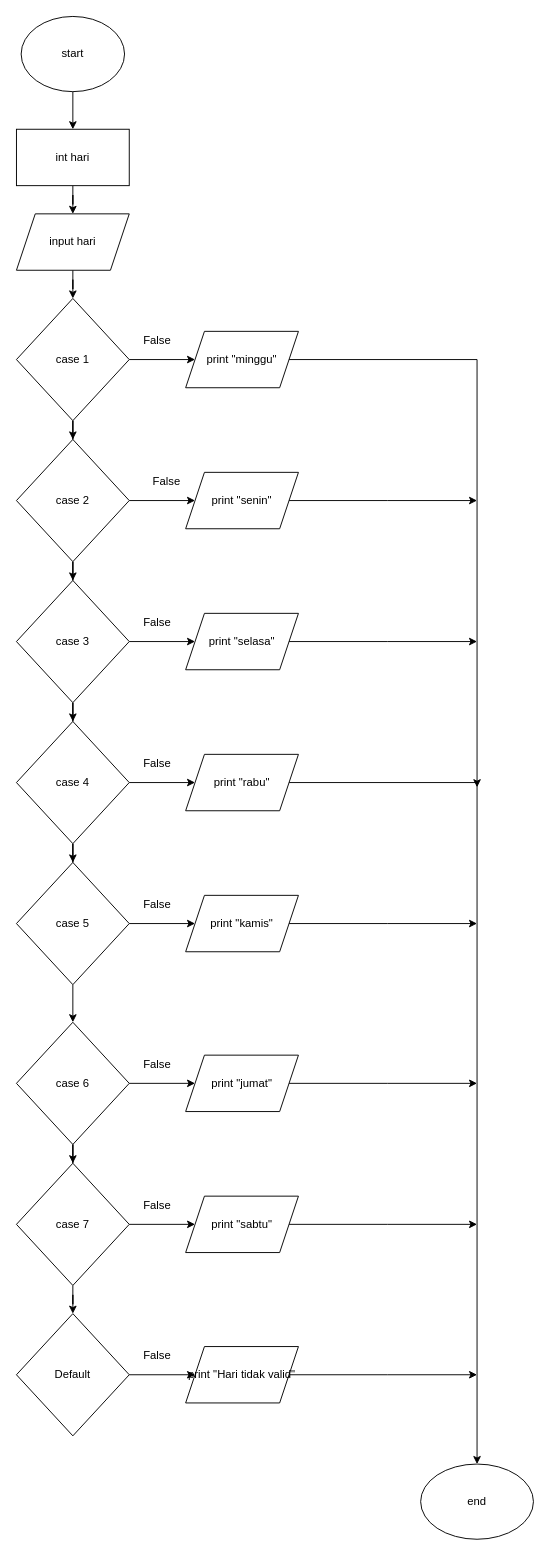
Before: Prak 7.drawio in hafidalim/flowchart_kp, a draw.io diagram. Source tidied: cells renumbered, new cells numbered last; positions are measured from the earlier drawing's top-left corner, leaving out a move shared by most shapes. Both pictures are drawn from the tidied source at 94%, with x=0, y=0 at pixel (16, 16).
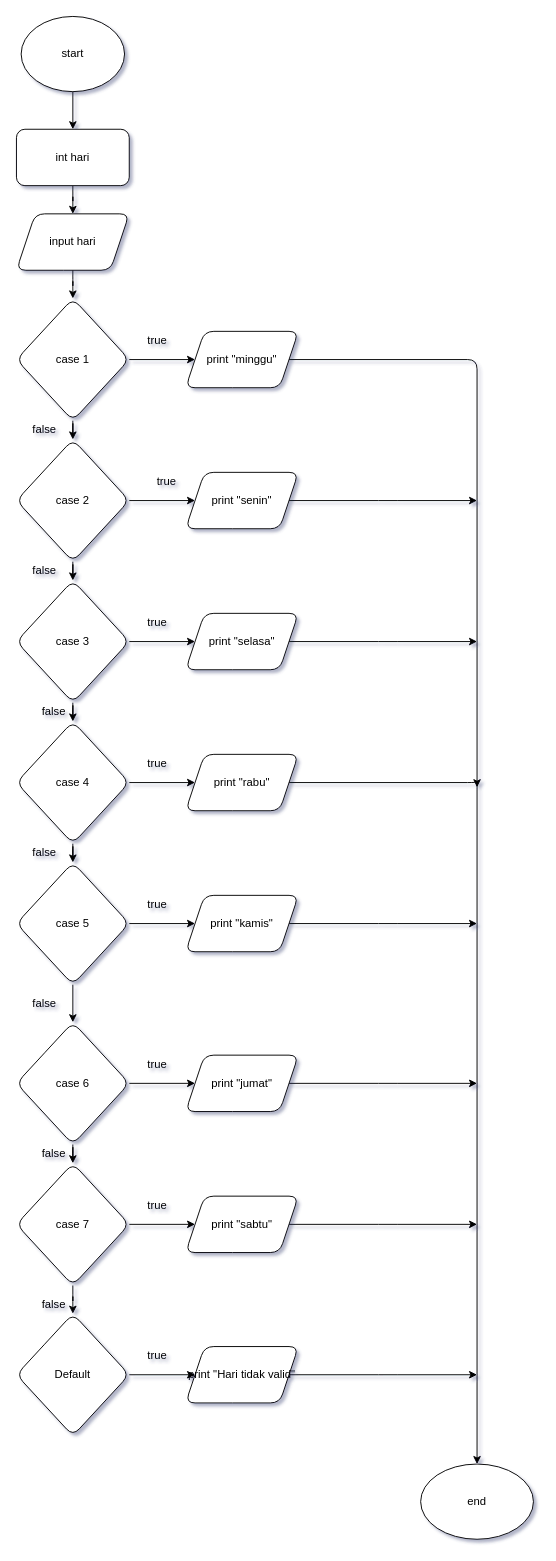
The same diagram, later.

Change to the diagram source:
```diff
@@
-<mxGraphModel>
+<mxGraphModel shadow="1">
@@
-    <mxCell id="2" style="edgeStyle=orthogonalEdgeStyle;rounded=0;jettySize=auto;html=1;" parent="1" edge="1" source="3" target="5">
+    <mxCell id="2" style="edgeStyle=orthogonalEdgeStyle;jettySize=auto;html=1;" parent="1" edge="1" source="3" target="5">
       <mxGeometry relative="1" as="geometry" />
     </mxCell>
-    <mxCell id="3" value="start" style="ellipse;whiteSpace=wrap;html=1;" parent="1" vertex="1">
+    <mxCell id="3" value="start" style="ellipse;whiteSpace=wrap;html=1;rounded=1;" parent="1" vertex="1">
       <mxGeometry x="5" width="110" height="80" as="geometry" />
     </mxCell>
-    <mxCell id="4" style="edgeStyle=orthogonalEdgeStyle;rounded=0;jettySize=auto;html=1;" parent="1" edge="1" source="5" target="7">
+    <mxCell id="4" style="edgeStyle=orthogonalEdgeStyle;jettySize=auto;html=1;" parent="1" edge="1" source="5" target="7">
       <mxGeometry relative="1" as="geometry" />
     </mxCell>
-    <mxCell id="5" value="int hari" style="rounded=0;whiteSpace=wrap;html=1;" parent="1" vertex="1">
+    <mxCell id="5" value="int hari" style="whiteSpace=wrap;html=1;rounded=1;" parent="1" vertex="1">
       <mxGeometry y="120" width="120" height="60" as="geometry" />
     </mxCell>
-    <mxCell id="6" style="edgeStyle=orthogonalEdgeStyle;rounded=0;jettySize=auto;html=1;" parent="1" edge="1" source="7" target="10">
+    <mxCell id="6" style="edgeStyle=orthogonalEdgeStyle;jettySize=auto;html=1;" parent="1" edge="1" source="7" target="10">
       <mxGeometry relative="1" as="geometry" />
     </mxCell>
-    <mxCell id="7" value="input hari" style="shape=parallelogram;perimeter=parallelogramPerimeter;whiteSpace=wrap;html=1;fixedSize=1;" parent="1" vertex="1">
+    <mxCell id="7" value="input hari" style="shape=parallelogram;perimeter=parallelogramPerimeter;whiteSpace=wrap;html=1;fixedSize=1;rounded=1;" parent="1" vertex="1">
       <mxGeometry y="210" width="120" height="60" as="geometry" />
     </mxCell>
-    <mxCell id="8" style="edgeStyle=orthogonalEdgeStyle;rounded=0;jettySize=auto;html=1;" parent="1" edge="1" source="10" target="32">
+    <mxCell id="8" style="edgeStyle=orthogonalEdgeStyle;jettySize=auto;html=1;" parent="1" edge="1" source="10" target="32">
       <mxGeometry relative="1" as="geometry" />
     </mxCell>
-    <mxCell id="9" style="edgeStyle=orthogonalEdgeStyle;rounded=0;jettySize=auto;html=1;" parent="1" edge="1" source="10" target="13">
+    <mxCell id="9" style="edgeStyle=orthogonalEdgeStyle;jettySize=auto;html=1;" parent="1" edge="1" source="10" target="13">
       <mxGeometry relative="1" as="geometry" />
     </mxCell>
-    <mxCell id="10" value="case 1" style="rhombus;whiteSpace=wrap;html=1;" parent="1" vertex="1">
+    <mxCell id="10" value="case 1" style="rhombus;whiteSpace=wrap;html=1;rounded=1;" parent="1" vertex="1">
       <mxGeometry y="300" width="120" height="130" as="geometry" />
     </mxCell>
-    <mxCell id="11" style="edgeStyle=orthogonalEdgeStyle;rounded=0;jettySize=auto;html=1;" parent="1" edge="1" source="13" target="16">
+    <mxCell id="11" style="edgeStyle=orthogonalEdgeStyle;jettySize=auto;html=1;" parent="1" edge="1" source="13" target="16">
       <mxGeometry relative="1" as="geometry" />
     </mxCell>
-    <mxCell id="12" style="edgeStyle=orthogonalEdgeStyle;rounded=0;jettySize=auto;html=1;" parent="1" edge="1" source="13" target="34">
+    <mxCell id="12" style="edgeStyle=orthogonalEdgeStyle;jettySize=auto;html=1;" parent="1" edge="1" source="13" target="34">
       <mxGeometry relative="1" as="geometry" />
     </mxCell>
-    <mxCell id="13" value="case 2" style="rhombus;whiteSpace=wrap;html=1;" parent="1" vertex="1">
+    <mxCell id="13" value="case 2" style="rhombus;whiteSpace=wrap;html=1;rounded=1;" parent="1" vertex="1">
       <mxGeometry y="450" width="120" height="130" as="geometry" />
     </mxCell>
-    <mxCell id="14" style="edgeStyle=orthogonalEdgeStyle;rounded=0;jettySize=auto;html=1;" parent="1" edge="1" source="16" target="19">
+    <mxCell id="14" style="edgeStyle=orthogonalEdgeStyle;jettySize=auto;html=1;" parent="1" edge="1" source="16" target="19">
       <mxGeometry relative="1" as="geometry" />
     </mxCell>
-    <mxCell id="15" style="edgeStyle=orthogonalEdgeStyle;rounded=0;jettySize=auto;html=1;" parent="1" edge="1" source="16" target="36">
+    <mxCell id="15" style="edgeStyle=orthogonalEdgeStyle;jettySize=auto;html=1;" parent="1" edge="1" source="16" target="36">
       <mxGeometry relative="1" as="geometry" />
     </mxCell>
-    <mxCell id="16" value="case 3" style="rhombus;whiteSpace=wrap;html=1;" parent="1" vertex="1">
+    <mxCell id="16" value="case 3" style="rhombus;whiteSpace=wrap;html=1;rounded=1;" parent="1" vertex="1">
       <mxGeometry y="600" width="120" height="130" as="geometry" />
     </mxCell>
-    <mxCell id="17" style="edgeStyle=orthogonalEdgeStyle;rounded=0;jettySize=auto;html=1;" parent="1" edge="1" source="19" target="22">
+    <mxCell id="17" style="edgeStyle=orthogonalEdgeStyle;jettySize=auto;html=1;" parent="1" edge="1" source="19" target="22">
       <mxGeometry relative="1" as="geometry" />
     </mxCell>
-    <mxCell id="18" style="edgeStyle=orthogonalEdgeStyle;rounded=0;jettySize=auto;html=1;" parent="1" edge="1" source="19" target="38">
+    <mxCell id="18" style="edgeStyle=orthogonalEdgeStyle;jettySize=auto;html=1;" parent="1" edge="1" source="19" target="38">
       <mxGeometry relative="1" as="geometry" />
     </mxCell>
-    <mxCell id="19" value="case 4" style="rhombus;whiteSpace=wrap;html=1;" parent="1" vertex="1">
+    <mxCell id="19" value="case 4" style="rhombus;whiteSpace=wrap;html=1;rounded=1;" parent="1" vertex="1">
       <mxGeometry y="750" width="120" height="130" as="geometry" />
     </mxCell>
-    <mxCell id="20" style="edgeStyle=orthogonalEdgeStyle;rounded=0;jettySize=auto;html=1;" parent="1" edge="1" source="22" target="25">
+    <mxCell id="20" style="edgeStyle=orthogonalEdgeStyle;jettySize=auto;html=1;" parent="1" edge="1" source="22" target="25">
       <mxGeometry relative="1" as="geometry" />
     </mxCell>
-    <mxCell id="21" style="edgeStyle=orthogonalEdgeStyle;rounded=0;jettySize=auto;html=1;" parent="1" edge="1" source="22" target="40">
+    <mxCell id="21" style="edgeStyle=orthogonalEdgeStyle;jettySize=auto;html=1;" parent="1" edge="1" source="22" target="40">
       <mxGeometry relative="1" as="geometry" />
     </mxCell>
-    <mxCell id="22" value="case 5" style="rhombus;whiteSpace=wrap;html=1;" parent="1" vertex="1">
+    <mxCell id="22" value="case 5" style="rhombus;whiteSpace=wrap;html=1;rounded=1;" parent="1" vertex="1">
       <mxGeometry y="900" width="120" height="130" as="geometry" />
     </mxCell>
-    <mxCell id="23" style="edgeStyle=orthogonalEdgeStyle;rounded=0;jettySize=auto;html=1;" parent="1" edge="1" source="25" target="28">
+    <mxCell id="23" style="edgeStyle=orthogonalEdgeStyle;jettySize=auto;html=1;" parent="1" edge="1" source="25" target="28">
       <mxGeometry relative="1" as="geometry" />
     </mxCell>
-    <mxCell id="24" style="edgeStyle=orthogonalEdgeStyle;rounded=0;jettySize=auto;html=1;" parent="1" edge="1" source="25" target="42">
+    <mxCell id="24" style="edgeStyle=orthogonalEdgeStyle;jettySize=auto;html=1;" parent="1" edge="1" source="25" target="42">
       <mxGeometry relative="1" as="geometry" />
     </mxCell>
-    <mxCell id="25" value="case 6" style="rhombus;whiteSpace=wrap;html=1;" parent="1" vertex="1">
+    <mxCell id="25" value="case 6" style="rhombus;whiteSpace=wrap;html=1;rounded=1;" parent="1" vertex="1">
       <mxGeometry y="1070" width="120" height="130" as="geometry" />
     </mxCell>
-    <mxCell id="26" style="edgeStyle=orthogonalEdgeStyle;rounded=0;jettySize=auto;html=1;" parent="1" edge="1" source="28" target="44">
+    <mxCell id="26" style="edgeStyle=orthogonalEdgeStyle;jettySize=auto;html=1;" parent="1" edge="1" source="28" target="44">
       <mxGeometry relative="1" as="geometry" />
     </mxCell>
-    <mxCell id="27" style="edgeStyle=orthogonalEdgeStyle;rounded=0;jettySize=auto;html=1;" parent="1" edge="1" source="28" target="30">
+    <mxCell id="27" style="edgeStyle=orthogonalEdgeStyle;jettySize=auto;html=1;" parent="1" edge="1" source="28" target="30">
       <mxGeometry relative="1" as="geometry" />
     </mxCell>
-    <mxCell id="28" value="case 7" style="rhombus;whiteSpace=wrap;html=1;" parent="1" vertex="1">
+    <mxCell id="28" value="case 7" style="rhombus;whiteSpace=wrap;html=1;rounded=1;" parent="1" vertex="1">
       <mxGeometry y="1220" width="120" height="130" as="geometry" />
     </mxCell>
-    <mxCell id="29" style="edgeStyle=orthogonalEdgeStyle;rounded=0;jettySize=auto;html=1;" parent="1" edge="1" source="30" target="46">
+    <mxCell id="29" style="edgeStyle=orthogonalEdgeStyle;jettySize=auto;html=1;" parent="1" edge="1" source="30" target="46">
       <mxGeometry relative="1" as="geometry" />
     </mxCell>
-    <mxCell id="30" value="Default" style="rhombus;whiteSpace=wrap;html=1;" parent="1" vertex="1">
+    <mxCell id="30" value="Default" style="rhombus;whiteSpace=wrap;html=1;rounded=1;" parent="1" vertex="1">
       <mxGeometry y="1380" width="120" height="130" as="geometry" />
     </mxCell>
-    <mxCell id="31" style="edgeStyle=orthogonalEdgeStyle;rounded=0;jettySize=auto;html=1;" parent="1" edge="1" source="32" target="47">
+    <mxCell id="31" style="edgeStyle=orthogonalEdgeStyle;jettySize=auto;html=1;" parent="1" edge="1" source="32" target="47">
       <mxGeometry relative="1" as="geometry" />
     </mxCell>
-    <mxCell id="32" value="print &quot;minggu&quot;" style="shape=parallelogram;perimeter=parallelogramPerimeter;whiteSpace=wrap;html=1;fixedSize=1;" parent="1" vertex="1">
+    <mxCell id="32" value="print &quot;minggu&quot;" style="shape=parallelogram;perimeter=parallelogramPerimeter;whiteSpace=wrap;html=1;fixedSize=1;rounded=1;" parent="1" vertex="1">
       <mxGeometry x="180" y="335" width="120" height="60" as="geometry" />
     </mxCell>
-    <mxCell id="33" style="edgeStyle=orthogonalEdgeStyle;rounded=0;jettySize=auto;html=1;" parent="1" edge="1" source="34">
+    <mxCell id="33" style="edgeStyle=orthogonalEdgeStyle;jettySize=auto;html=1;" parent="1" edge="1" source="34">
       <mxGeometry relative="1" as="geometry">
         <mxPoint x="490" y="515" as="targetPoint" />
       </mxGeometry>
     </mxCell>
-    <mxCell id="34" value="print &quot;senin&quot;" style="shape=parallelogram;perimeter=parallelogramPerimeter;whiteSpace=wrap;html=1;fixedSize=1;" parent="1" vertex="1">
+    <mxCell id="34" value="print &quot;senin&quot;" style="shape=parallelogram;perimeter=parallelogramPerimeter;whiteSpace=wrap;html=1;fixedSize=1;rounded=1;" parent="1" vertex="1">
       <mxGeometry x="180" y="485" width="120" height="60" as="geometry" />
     </mxCell>
-    <mxCell id="35" style="edgeStyle=orthogonalEdgeStyle;rounded=0;jettySize=auto;html=1;" parent="1" edge="1" source="36">
+    <mxCell id="35" style="edgeStyle=orthogonalEdgeStyle;jettySize=auto;html=1;" parent="1" edge="1" source="36">
       <mxGeometry relative="1" as="geometry">
         <mxPoint x="490" y="665" as="targetPoint" />
       </mxGeometry>
     </mxCell>
-    <mxCell id="36" value="print &quot;selasa&quot;" style="shape=parallelogram;perimeter=parallelogramPerimeter;whiteSpace=wrap;html=1;fixedSize=1;" parent="1" vertex="1">
+    <mxCell id="36" value="print &quot;selasa&quot;" style="shape=parallelogram;perimeter=parallelogramPerimeter;whiteSpace=wrap;html=1;fixedSize=1;rounded=1;" parent="1" vertex="1">
       <mxGeometry x="180" y="635" width="120" height="60" as="geometry" />
     </mxCell>
-    <mxCell id="37" style="edgeStyle=orthogonalEdgeStyle;rounded=0;jettySize=auto;html=1;" parent="1" edge="1" source="38">
+    <mxCell id="37" style="edgeStyle=orthogonalEdgeStyle;jettySize=auto;html=1;" parent="1" edge="1" source="38">
       <mxGeometry relative="1" as="geometry">
         <mxPoint x="490" y="820" as="targetPoint" />
         <Array as="points">
           <mxPoint x="490" y="815" />
         </Array>
       </mxGeometry>
     </mxCell>
-    <mxCell id="38" value="print &quot;rabu&quot;" style="shape=parallelogram;perimeter=parallelogramPerimeter;whiteSpace=wrap;html=1;fixedSize=1;" parent="1" vertex="1">
+    <mxCell id="38" value="print &quot;rabu&quot;" style="shape=parallelogram;perimeter=parallelogramPerimeter;whiteSpace=wrap;html=1;fixedSize=1;rounded=1;" parent="1" vertex="1">
       <mxGeometry x="180" y="785" width="120" height="60" as="geometry" />
     </mxCell>
-    <mxCell id="39" style="edgeStyle=orthogonalEdgeStyle;rounded=0;jettySize=auto;html=1;" parent="1" edge="1" source="40">
+    <mxCell id="39" style="edgeStyle=orthogonalEdgeStyle;jettySize=auto;html=1;" parent="1" edge="1" source="40">
       <mxGeometry relative="1" as="geometry">
         <mxPoint x="490" y="965" as="targetPoint" />
       </mxGeometry>
     </mxCell>
-    <mxCell id="40" value="print &quot;kamis&quot;" style="shape=parallelogram;perimeter=parallelogramPerimeter;whiteSpace=wrap;html=1;fixedSize=1;" parent="1" vertex="1">
+    <mxCell id="40" value="print &quot;kamis&quot;" style="shape=parallelogram;perimeter=parallelogramPerimeter;whiteSpace=wrap;html=1;fixedSize=1;rounded=1;" parent="1" vertex="1">
       <mxGeometry x="180" y="935" width="120" height="60" as="geometry" />
     </mxCell>
-    <mxCell id="41" style="edgeStyle=orthogonalEdgeStyle;rounded=0;jettySize=auto;html=1;" parent="1" edge="1" source="42">
+    <mxCell id="41" style="edgeStyle=orthogonalEdgeStyle;jettySize=auto;html=1;" parent="1" edge="1" source="42">
       <mxGeometry relative="1" as="geometry">
         <mxPoint x="490" y="1135" as="targetPoint" />
       </mxGeometry>
     </mxCell>
-    <mxCell id="42" value="print &quot;jumat&quot;" style="shape=parallelogram;perimeter=parallelogramPerimeter;whiteSpace=wrap;html=1;fixedSize=1;" parent="1" vertex="1">
+    <mxCell id="42" value="print &quot;jumat&quot;" style="shape=parallelogram;perimeter=parallelogramPerimeter;whiteSpace=wrap;html=1;fixedSize=1;rounded=1;" parent="1" vertex="1">
       <mxGeometry x="180" y="1105" width="120" height="60" as="geometry" />
     </mxCell>
-    <mxCell id="43" style="edgeStyle=orthogonalEdgeStyle;rounded=0;jettySize=auto;html=1;" parent="1" edge="1" source="44">
+    <mxCell id="43" style="edgeStyle=orthogonalEdgeStyle;jettySize=auto;html=1;" parent="1" edge="1" source="44">
       <mxGeometry relative="1" as="geometry">
         <mxPoint x="490" y="1285" as="targetPoint" />
       </mxGeometry>
     </mxCell>
-    <mxCell id="44" value="print &quot;sabtu&quot;" style="shape=parallelogram;perimeter=parallelogramPerimeter;whiteSpace=wrap;html=1;fixedSize=1;" parent="1" vertex="1">
+    <mxCell id="44" value="print &quot;sabtu&quot;" style="shape=parallelogram;perimeter=parallelogramPerimeter;whiteSpace=wrap;html=1;fixedSize=1;rounded=1;" parent="1" vertex="1">
       <mxGeometry x="180" y="1255" width="120" height="60" as="geometry" />
     </mxCell>
-    <mxCell id="45" style="edgeStyle=orthogonalEdgeStyle;rounded=0;jettySize=auto;html=1;" parent="1" edge="1" source="46">
+    <mxCell id="45" style="edgeStyle=orthogonalEdgeStyle;jettySize=auto;html=1;" parent="1" edge="1" source="46">
       <mxGeometry relative="1" as="geometry">
         <mxPoint x="490" y="1445" as="targetPoint" />
       </mxGeometry>
     </mxCell>
-    <mxCell id="46" value="print &quot;Hari tidak valid&quot;" style="shape=parallelogram;perimeter=parallelogramPerimeter;whiteSpace=wrap;html=1;fixedSize=1;" parent="1" vertex="1">
+    <mxCell id="46" value="print &quot;Hari tidak valid&quot;" style="shape=parallelogram;perimeter=parallelogramPerimeter;whiteSpace=wrap;html=1;fixedSize=1;rounded=1;" parent="1" vertex="1">
       <mxGeometry x="180" y="1415" width="120" height="60" as="geometry" />
     </mxCell>
-    <mxCell id="47" value="end" style="ellipse;whiteSpace=wrap;html=1;" parent="1" vertex="1">
+    <mxCell id="47" value="end" style="ellipse;whiteSpace=wrap;html=1;rounded=1;" parent="1" vertex="1">
       <mxGeometry x="430" y="1540" width="120" height="80" as="geometry" />
     </mxCell>
-    <mxCell id="48" value="False" style="text;html=1;strokeColor=none;fillColor=none;align=center;verticalAlign=middle;whiteSpace=wrap;rounded=0;" parent="1" vertex="1">
+    <mxCell id="48" value="true" style="text;html=1;strokeColor=none;fillColor=none;align=center;verticalAlign=middle;whiteSpace=wrap;rounded=1;" parent="1" vertex="1">
       <mxGeometry x="130" y="335" width="40" height="20" as="geometry" />
     </mxCell>
-    <mxCell id="49" value="False" style="text;html=1;strokeColor=none;fillColor=none;align=center;verticalAlign=middle;whiteSpace=wrap;rounded=0;" parent="1" vertex="1">
+    <mxCell id="49" value="true" style="text;html=1;strokeColor=none;fillColor=none;align=center;verticalAlign=middle;whiteSpace=wrap;rounded=1;" parent="1" vertex="1">
       <mxGeometry x="140" y="485" width="40" height="20" as="geometry" />
     </mxCell>
-    <mxCell id="50" value="False" style="text;html=1;strokeColor=none;fillColor=none;align=center;verticalAlign=middle;whiteSpace=wrap;rounded=0;" parent="1" vertex="1">
+    <mxCell id="50" value="true" style="text;html=1;strokeColor=none;fillColor=none;align=center;verticalAlign=middle;whiteSpace=wrap;rounded=1;" parent="1" vertex="1">
       <mxGeometry x="130" y="635" width="40" height="20" as="geometry" />
     </mxCell>
-    <mxCell id="51" value="False" style="text;html=1;strokeColor=none;fillColor=none;align=center;verticalAlign=middle;whiteSpace=wrap;rounded=0;" parent="1" vertex="1">
+    <mxCell id="51" value="true" style="text;html=1;strokeColor=none;fillColor=none;align=center;verticalAlign=middle;whiteSpace=wrap;rounded=1;" parent="1" vertex="1">
       <mxGeometry x="130" y="785" width="40" height="20" as="geometry" />
     </mxCell>
-    <mxCell id="52" value="False" style="text;html=1;strokeColor=none;fillColor=none;align=center;verticalAlign=middle;whiteSpace=wrap;rounded=0;" parent="1" vertex="1">
+    <mxCell id="52" value="true" style="text;html=1;strokeColor=none;fillColor=none;align=center;verticalAlign=middle;whiteSpace=wrap;rounded=1;" parent="1" vertex="1">
       <mxGeometry x="130" y="935" width="40" height="20" as="geometry" />
     </mxCell>
-    <mxCell id="53" value="False" style="text;html=1;strokeColor=none;fillColor=none;align=center;verticalAlign=middle;whiteSpace=wrap;rounded=0;" parent="1" vertex="1">
+    <mxCell id="53" value="true" style="text;html=1;strokeColor=none;fillColor=none;align=center;verticalAlign=middle;whiteSpace=wrap;rounded=1;" parent="1" vertex="1">
       <mxGeometry x="130" y="1105" width="40" height="20" as="geometry" />
     </mxCell>
-    <mxCell id="54" value="False" style="text;html=1;strokeColor=none;fillColor=none;align=center;verticalAlign=middle;whiteSpace=wrap;rounded=0;" parent="1" vertex="1">
+    <mxCell id="54" value="true" style="text;html=1;strokeColor=none;fillColor=none;align=center;verticalAlign=middle;whiteSpace=wrap;rounded=1;" parent="1" vertex="1">
       <mxGeometry x="130" y="1255" width="40" height="20" as="geometry" />
     </mxCell>
-    <mxCell id="55" value="False" style="text;html=1;strokeColor=none;fillColor=none;align=center;verticalAlign=middle;whiteSpace=wrap;rounded=0;" parent="1" vertex="1">
+    <mxCell id="55" value="true" style="text;html=1;strokeColor=none;fillColor=none;align=center;verticalAlign=middle;whiteSpace=wrap;rounded=1;" parent="1" vertex="1">
       <mxGeometry x="130" y="1415" width="40" height="20" as="geometry" />
     </mxCell>
+    <mxCell id="56" value="false" style="text;html=1;strokeColor=none;fillColor=none;align=center;verticalAlign=middle;whiteSpace=wrap;rounded=1;" parent="1" vertex="1">
+      <mxGeometry x="20" y="1360" width="40" height="20" as="geometry" />
+    </mxCell>
+    <mxCell id="57" value="false" style="text;html=1;strokeColor=none;fillColor=none;align=center;verticalAlign=middle;whiteSpace=wrap;rounded=1;" parent="1" vertex="1">
+      <mxGeometry x="20" y="1200" width="40" height="20" as="geometry" />
+    </mxCell>
+    <mxCell id="58" value="false" style="text;html=1;strokeColor=none;fillColor=none;align=center;verticalAlign=middle;whiteSpace=wrap;rounded=1;" parent="1" vertex="1">
+      <mxGeometry x="10" y="1040" width="40" height="20" as="geometry" />
+    </mxCell>
+    <mxCell id="59" value="false" style="text;html=1;strokeColor=none;fillColor=none;align=center;verticalAlign=middle;whiteSpace=wrap;rounded=1;" parent="1" vertex="1">
+      <mxGeometry x="10" y="880" width="40" height="20" as="geometry" />
+    </mxCell>
+    <mxCell id="60" value="false" style="text;html=1;strokeColor=none;fillColor=none;align=center;verticalAlign=middle;whiteSpace=wrap;rounded=1;" parent="1" vertex="1">
+      <mxGeometry x="20" y="730" width="40" height="20" as="geometry" />
+    </mxCell>
+    <mxCell id="61" value="false" style="text;html=1;strokeColor=none;fillColor=none;align=center;verticalAlign=middle;whiteSpace=wrap;rounded=1;" parent="1" vertex="1">
+      <mxGeometry x="10" y="580" width="40" height="20" as="geometry" />
+    </mxCell>
+    <mxCell id="62" value="false" style="text;html=1;strokeColor=none;fillColor=none;align=center;verticalAlign=middle;whiteSpace=wrap;rounded=1;" parent="1" vertex="1">
+      <mxGeometry x="10" y="430" width="40" height="20" as="geometry" />
+    </mxCell>
```
